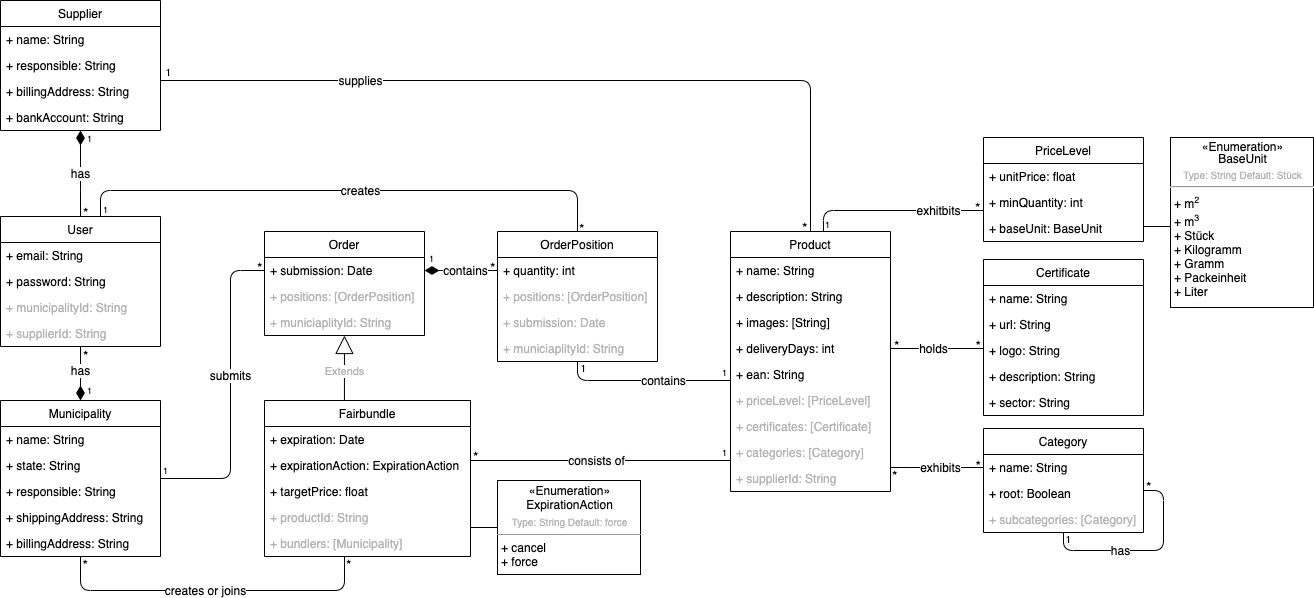
Earlier version of the draw.io export docs/Fairbundled_UML.png (lschlesinger/fairbundled). Source tidied: cells renumbered, new cells last; positions are measured from the earlier drawing's top-left corner, leaving out a move shared by most shapes.
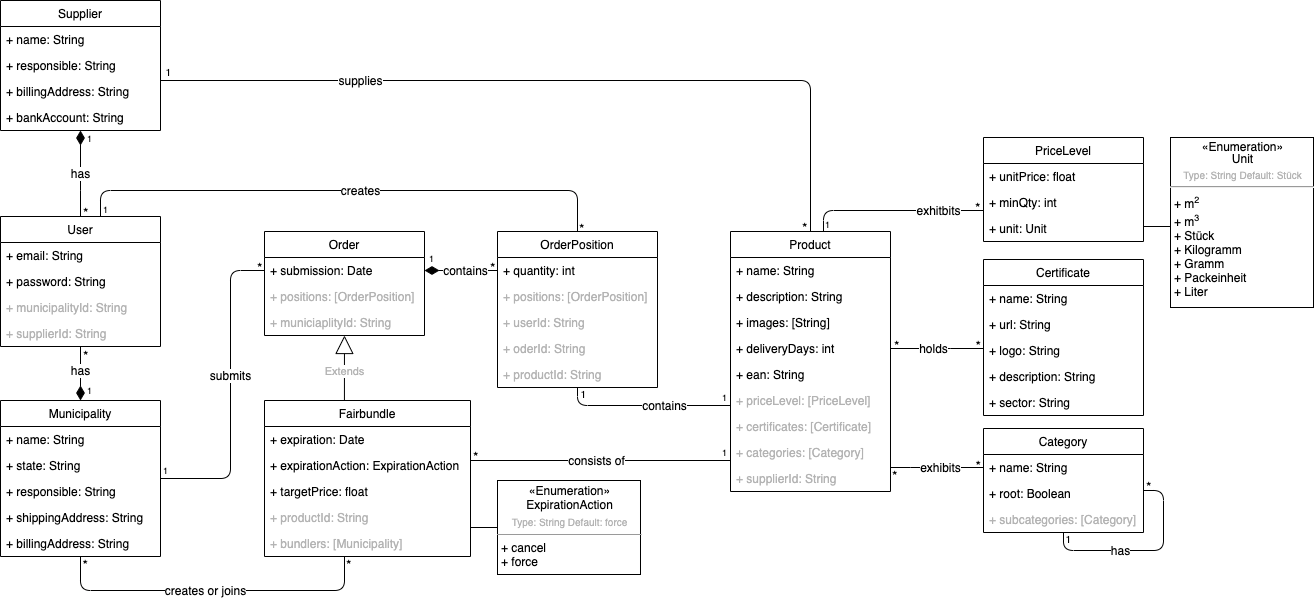
Above is the later version.

Change to the diagram source:
```diff
@@ -74,10 +74,11 @@
         <mxPoint x="12" y="-3" as="offset" />
       </mxGeometry>
     </mxCell>
-    <mxCell id="14" value="contains" style="endArrow=none;html=1;endSize=12;startArrow=none;startSize=14;startFill=0;edgeStyle=orthogonalEdgeStyle;endFill=0;fontSize=12;" parent="1" edge="1" source="92" target="68">
+    <mxCell id="14" value="contains" style="endArrow=none;html=1;endSize=12;startArrow=none;startSize=14;startFill=0;edgeStyle=orthogonalEdgeStyle;endFill=0;fontSize=12;" parent="1" edge="1" source="92">
       <mxGeometry x="0.22" relative="1" as="geometry">
+        <mxPoint x="730" y="405" as="targetPoint" />
         <Array as="points">
-          <mxPoint x="577" y="380" />
+          <mxPoint x="577" y="405" />
         </Array>
       </mxGeometry>
     </mxCell>
@@ -172,7 +173,7 @@
       </mxGeometry>
     </mxCell>
     <mxCell id="30" value="1" style="html=1;align=right;verticalAlign=top;labelBackgroundColor=none;fontSize=10;" parent="1" vertex="1">
-      <mxGeometry x="557" y="66" as="geometry">
+      <mxGeometry x="557" y="92" as="geometry">
         <mxPoint x="29.1" y="289" as="offset" />
       </mxGeometry>
     </mxCell>
@@ -383,14 +384,14 @@
     <mxCell id="89" value="+ unitPrice: float" style="text;strokeColor=none;fillColor=none;align=left;verticalAlign=top;spacingLeft=4;spacingRight=4;overflow=hidden;" parent="88" vertex="1">
       <mxGeometry y="26" width="160" height="26" as="geometry" />
     </mxCell>
-    <mxCell id="90" value="+ minQuantity: int" style="text;strokeColor=none;fillColor=none;align=left;verticalAlign=top;spacingLeft=4;spacingRight=4;overflow=hidden;" parent="88" vertex="1">
+    <mxCell id="90" value="+ minQty: int" style="text;strokeColor=none;fillColor=none;align=left;verticalAlign=top;spacingLeft=4;spacingRight=4;overflow=hidden;" parent="88" vertex="1">
       <mxGeometry y="52" width="160" height="26" as="geometry" />
     </mxCell>
-    <mxCell id="91" value="+ baseUnit: BaseUnit" style="text;strokeColor=none;fillColor=none;align=left;verticalAlign=top;spacingLeft=4;spacingRight=4;overflow=hidden;" parent="88" vertex="1">
+    <mxCell id="91" value="+ unit: Unit" style="text;strokeColor=none;fillColor=none;align=left;verticalAlign=top;spacingLeft=4;spacingRight=4;overflow=hidden;" parent="88" vertex="1">
       <mxGeometry y="78" width="160" height="26" as="geometry" />
     </mxCell>
     <mxCell id="92" value="OrderPosition" style="swimlane;fontStyle=0;horizontal=1;startSize=26;fillColor=none;" parent="1" vertex="1">
-      <mxGeometry x="497" y="231" width="160" height="130" as="geometry" />
+      <mxGeometry x="497" y="231" width="160" height="156" as="geometry" />
     </mxCell>
     <mxCell id="93" value="+ quantity: int" style="text;strokeColor=none;fillColor=none;align=left;verticalAlign=top;spacingLeft=4;spacingRight=4;overflow=hidden;" parent="92" vertex="1">
       <mxGeometry y="26" width="160" height="26" as="geometry" />
@@ -398,28 +399,31 @@
     <mxCell id="94" value="+ positions: [OrderPosition]" style="text;strokeColor=none;fillColor=none;align=left;verticalAlign=top;spacingLeft=4;spacingRight=4;overflow=hidden;fontColor=#B3B3B3;" parent="92" vertex="1">
       <mxGeometry y="52" width="160" height="26" as="geometry" />
     </mxCell>
-    <mxCell id="95" value="+ submission: Date" style="text;strokeColor=none;fillColor=none;align=left;verticalAlign=top;spacingLeft=4;spacingRight=4;overflow=hidden;fontColor=#B3B3B3;" parent="92" vertex="1">
+    <mxCell id="95" value="+ userId: String" style="text;strokeColor=none;fillColor=none;align=left;verticalAlign=top;spacingLeft=4;spacingRight=4;overflow=hidden;fontColor=#B3B3B3;" parent="92" vertex="1">
       <mxGeometry y="78" width="160" height="26" as="geometry" />
     </mxCell>
-    <mxCell id="96" value="+ municiaplityId: String" style="text;strokeColor=none;fillColor=none;align=left;verticalAlign=top;spacingLeft=4;spacingRight=4;overflow=hidden;fontColor=#B3B3B3;" parent="92" vertex="1">
+    <mxCell id="96" value="+ oderId: String" style="text;strokeColor=none;fillColor=none;align=left;verticalAlign=top;spacingLeft=4;spacingRight=4;overflow=hidden;fontColor=#B3B3B3;" parent="92" vertex="1">
       <mxGeometry y="104" width="160" height="26" as="geometry" />
     </mxCell>
-    <mxCell id="97" value="&lt;p style=&quot;margin: 0px ; margin-top: 4px ; text-align: center&quot;&gt;«Enumeration»&lt;br&gt;ExpirationAction&lt;br&gt;&lt;/p&gt;&lt;p style=&quot;margin: 4px 0px 0px ; text-align: center ; font-size: 10px&quot;&gt;&lt;font style=&quot;font-size: 10px&quot; color=&quot;#b3b3b3&quot;&gt;Type: String&amp;nbsp;&lt;/font&gt;&lt;span style=&quot;color: rgb(179 , 179 , 179)&quot;&gt;Default: force&lt;/span&gt;&lt;/p&gt;&lt;hr size=&quot;1&quot;&gt;&lt;p style=&quot;margin: 0px ; margin-left: 4px&quot;&gt;+ cancel&lt;br&gt;+ force&lt;/p&gt;&lt;p style=&quot;margin: 0px ; margin-left: 4px&quot;&gt;&lt;br&gt;&lt;/p&gt;&lt;p style=&quot;margin: 0px ; margin-left: 4px&quot;&gt;&lt;br&gt;&lt;/p&gt;" style="verticalAlign=top;align=left;overflow=fill;fontSize=12;fontFamily=Helvetica;html=1;" parent="1" vertex="1">
-      <mxGeometry x="497" y="480" width="143" height="94" as="geometry" />
+    <mxCell id="97" value="+ productId: String" style="text;strokeColor=none;fillColor=none;align=left;verticalAlign=top;spacingLeft=4;spacingRight=4;overflow=hidden;points=[[0,0.5],[1,0.5]];portConstraint=eastwest;fontColor=#B3B3B3;" parent="92" vertex="1">
+      <mxGeometry y="130" width="160" height="26" as="geometry" />
     </mxCell>
-    <mxCell id="98" style="endArrow=none;html=1;" parent="1" edge="1" target="97">
-      <mxGeometry relative="1" as="geometry">
-        <mxPoint x="470" y="527" as="sourcePoint" />
-      </mxGeometry>
+    <mxCell id="98" value="&lt;p style=&quot;margin: 0px ; margin-top: 4px ; text-align: center&quot;&gt;«Enumeration»&lt;br&gt;ExpirationAction&lt;br&gt;&lt;/p&gt;&lt;p style=&quot;margin: 4px 0px 0px ; text-align: center ; font-size: 10px&quot;&gt;&lt;font style=&quot;font-size: 10px&quot; color=&quot;#b3b3b3&quot;&gt;Type: String&amp;nbsp;&lt;/font&gt;&lt;span style=&quot;color: rgb(179 , 179 , 179)&quot;&gt;Default: force&lt;/span&gt;&lt;/p&gt;&lt;hr size=&quot;1&quot;&gt;&lt;p style=&quot;margin: 0px ; margin-left: 4px&quot;&gt;+ cancel&lt;br&gt;+ force&lt;/p&gt;&lt;p style=&quot;margin: 0px ; margin-left: 4px&quot;&gt;&lt;br&gt;&lt;/p&gt;&lt;p style=&quot;margin: 0px ; margin-left: 4px&quot;&gt;&lt;br&gt;&lt;/p&gt;" style="verticalAlign=top;align=left;overflow=fill;fontSize=12;fontFamily=Helvetica;html=1;" parent="1" vertex="1">
+      <mxGeometry x="497" y="480" width="143" height="94" as="geometry" />
     </mxCell>
-    <mxCell id="99" value="&lt;p style=&quot;margin: 4px 0px 0px ; text-align: center ; line-height: 100% ; font-size: 12px&quot;&gt;«Enumeration»&lt;br style=&quot;font-size: 12px&quot;&gt;BaseUnit&lt;br style=&quot;font-size: 12px&quot;&gt;&lt;/p&gt;&lt;p style=&quot;margin: 4px 0px 0px ; text-align: center ; font-size: 10px&quot;&gt;&lt;font style=&quot;font-size: 10px&quot; color=&quot;#b3b3b3&quot;&gt;Type: String Default: Stück&lt;/font&gt;&lt;/p&gt;&lt;hr style=&quot;font-size: 10px&quot;&gt;&lt;p style=&quot;margin: 0px 0px 0px 4px&quot;&gt;&lt;span style=&quot;line-height: 100%&quot;&gt;+ m&lt;sup&gt;&lt;font style=&quot;font-size: 9px&quot;&gt;2&lt;/font&gt;&lt;/sup&gt;&lt;/span&gt;&lt;/p&gt;&lt;p style=&quot;margin: 0px 0px 0px 4px&quot;&gt;&lt;span style=&quot;font-size: 12px&quot;&gt;+ m&lt;/span&gt;&lt;sup&gt;&lt;font style=&quot;font-size: 9px&quot;&gt;3&lt;/font&gt;&lt;/sup&gt;&lt;br style=&quot;font-size: 12px&quot;&gt;&lt;/p&gt;&lt;p style=&quot;margin: 0px 0px 0px 4px ; font-size: 12px&quot;&gt;&lt;font style=&quot;font-size: 12px&quot;&gt;+ Stück&lt;/font&gt;&lt;/p&gt;&lt;p style=&quot;margin: 0px 0px 0px 4px ; font-size: 12px&quot;&gt;&lt;font style=&quot;font-size: 12px&quot;&gt;+ Kilogramm&lt;/font&gt;&lt;/p&gt;&lt;p style=&quot;margin: 0px 0px 0px 4px ; font-size: 12px&quot;&gt;&lt;font style=&quot;font-size: 12px&quot;&gt;+ Gramm&lt;/font&gt;&lt;/p&gt;&lt;p style=&quot;margin: 0px 0px 0px 4px ; font-size: 12px&quot;&gt;&lt;font style=&quot;font-size: 12px&quot;&gt;+ Packeinheit&lt;/font&gt;&lt;/p&gt;&lt;p style=&quot;margin: 0px 0px 0px 4px ; font-size: 12px&quot;&gt;&lt;font style=&quot;font-size: 12px&quot;&gt;+ Liter&lt;/font&gt;&lt;/p&gt;" style="verticalAlign=middle;align=left;overflow=fill;fontSize=12;fontFamily=Helvetica;html=1;" parent="1" vertex="1">
-      <mxGeometry x="1170" y="137" width="143" height="170" as="geometry" />
+    <mxCell id="99" style="endArrow=none;html=1;" parent="1" edge="1" target="98">
+      <mxGeometry relative="1" as="geometry">
+        <mxPoint x="470" y="527" as="sourcePoint" />
+      </mxGeometry>
     </mxCell>
-    <mxCell id="100" style="endArrow=none;html=1;" parent="1" edge="1">
-      <mxGeometry relative="1" as="geometry">
-        <mxPoint x="1143" y="226" as="sourcePoint" />
-        <mxPoint x="1170" y="226" as="targetPoint" />
-      </mxGeometry>
+    <mxCell id="100" value="&lt;p style=&quot;margin: 4px 0px 0px ; text-align: center ; line-height: 100% ; font-size: 12px&quot;&gt;«Enumeration»&lt;br style=&quot;font-size: 12px&quot;&gt;Unit&lt;br style=&quot;font-size: 12px&quot;&gt;&lt;/p&gt;&lt;p style=&quot;margin: 4px 0px 0px ; text-align: center ; font-size: 10px&quot;&gt;&lt;font style=&quot;font-size: 10px&quot; color=&quot;#b3b3b3&quot;&gt;Type: String Default: Stück&lt;/font&gt;&lt;/p&gt;&lt;hr style=&quot;font-size: 10px&quot;&gt;&lt;p style=&quot;margin: 0px 0px 0px 4px&quot;&gt;&lt;span style=&quot;line-height: 100%&quot;&gt;+ m&lt;sup&gt;&lt;font style=&quot;font-size: 9px&quot;&gt;2&lt;/font&gt;&lt;/sup&gt;&lt;/span&gt;&lt;/p&gt;&lt;p style=&quot;margin: 0px 0px 0px 4px&quot;&gt;&lt;span style=&quot;font-size: 12px&quot;&gt;+ m&lt;/span&gt;&lt;sup&gt;&lt;font style=&quot;font-size: 9px&quot;&gt;3&lt;/font&gt;&lt;/sup&gt;&lt;br style=&quot;font-size: 12px&quot;&gt;&lt;/p&gt;&lt;p style=&quot;margin: 0px 0px 0px 4px ; font-size: 12px&quot;&gt;&lt;font style=&quot;font-size: 12px&quot;&gt;+ Stück&lt;/font&gt;&lt;/p&gt;&lt;p style=&quot;margin: 0px 0px 0px 4px ; font-size: 12px&quot;&gt;&lt;font style=&quot;font-size: 12px&quot;&gt;+ Kilogramm&lt;/font&gt;&lt;/p&gt;&lt;p style=&quot;margin: 0px 0px 0px 4px ; font-size: 12px&quot;&gt;&lt;font style=&quot;font-size: 12px&quot;&gt;+ Gramm&lt;/font&gt;&lt;/p&gt;&lt;p style=&quot;margin: 0px 0px 0px 4px ; font-size: 12px&quot;&gt;&lt;font style=&quot;font-size: 12px&quot;&gt;+ Packeinheit&lt;/font&gt;&lt;/p&gt;&lt;p style=&quot;margin: 0px 0px 0px 4px ; font-size: 12px&quot;&gt;&lt;font style=&quot;font-size: 12px&quot;&gt;+ Liter&lt;/font&gt;&lt;/p&gt;" style="verticalAlign=middle;align=left;overflow=fill;fontSize=12;fontFamily=Helvetica;html=1;" parent="1" vertex="1">
+      <mxGeometry x="1170" y="137" width="143" height="170" as="geometry" />
     </mxCell>
+    <mxCell id="101" style="endArrow=none;html=1;" parent="1" edge="1">
+      <mxGeometry relative="1" as="geometry">
+        <mxPoint x="1143" y="226" as="sourcePoint" />
+        <mxPoint x="1170" y="226" as="targetPoint" />
+      </mxGeometry>
+    </mxCell>
   </root>
 </mxGraphModel>
```
